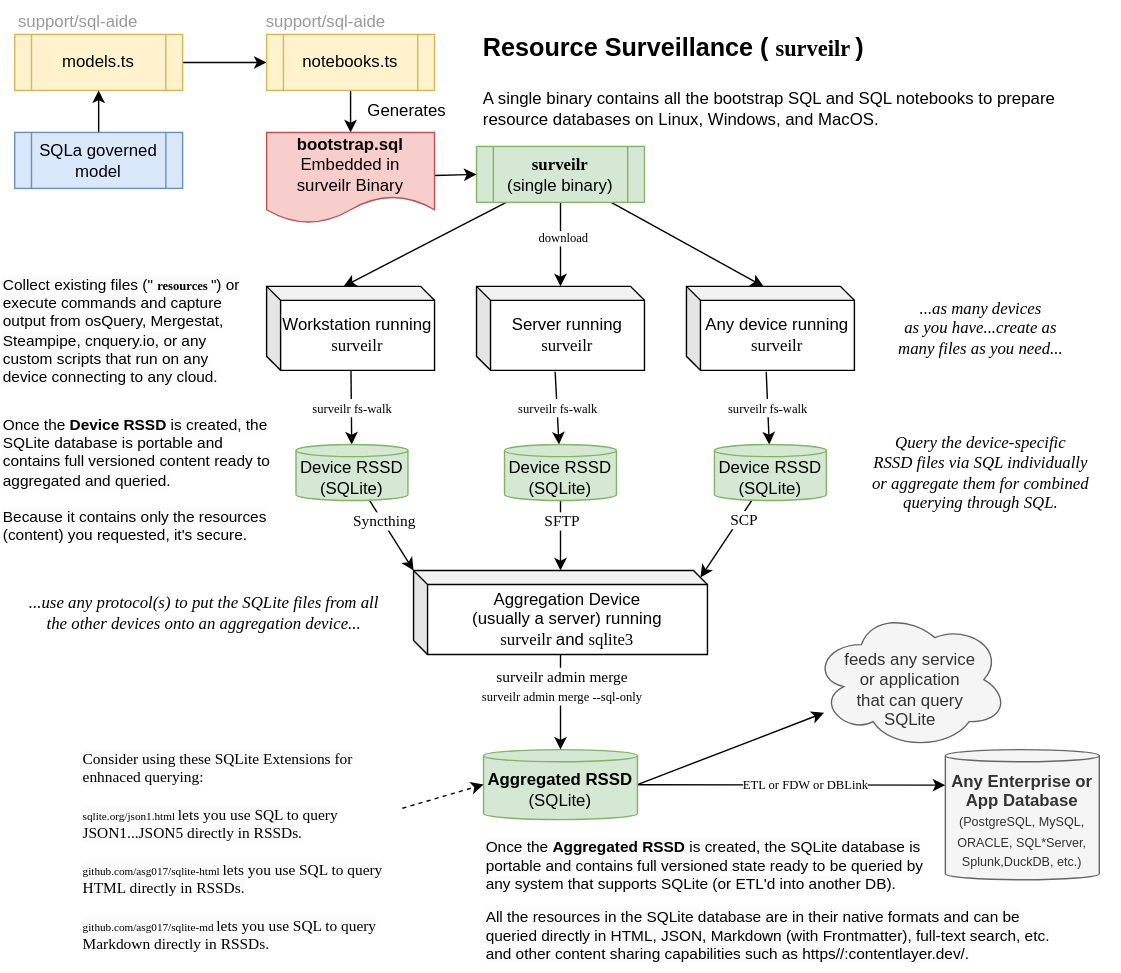
Before: support/docs/architecture.drawio.svg, a diagram exported from draw.io (opsfolio/resource-surveillance). Source tidied: cells renumbered, new cells last; positions are measured from the earlier drawing's top-left corner, leaving out a move shared by most shapes.
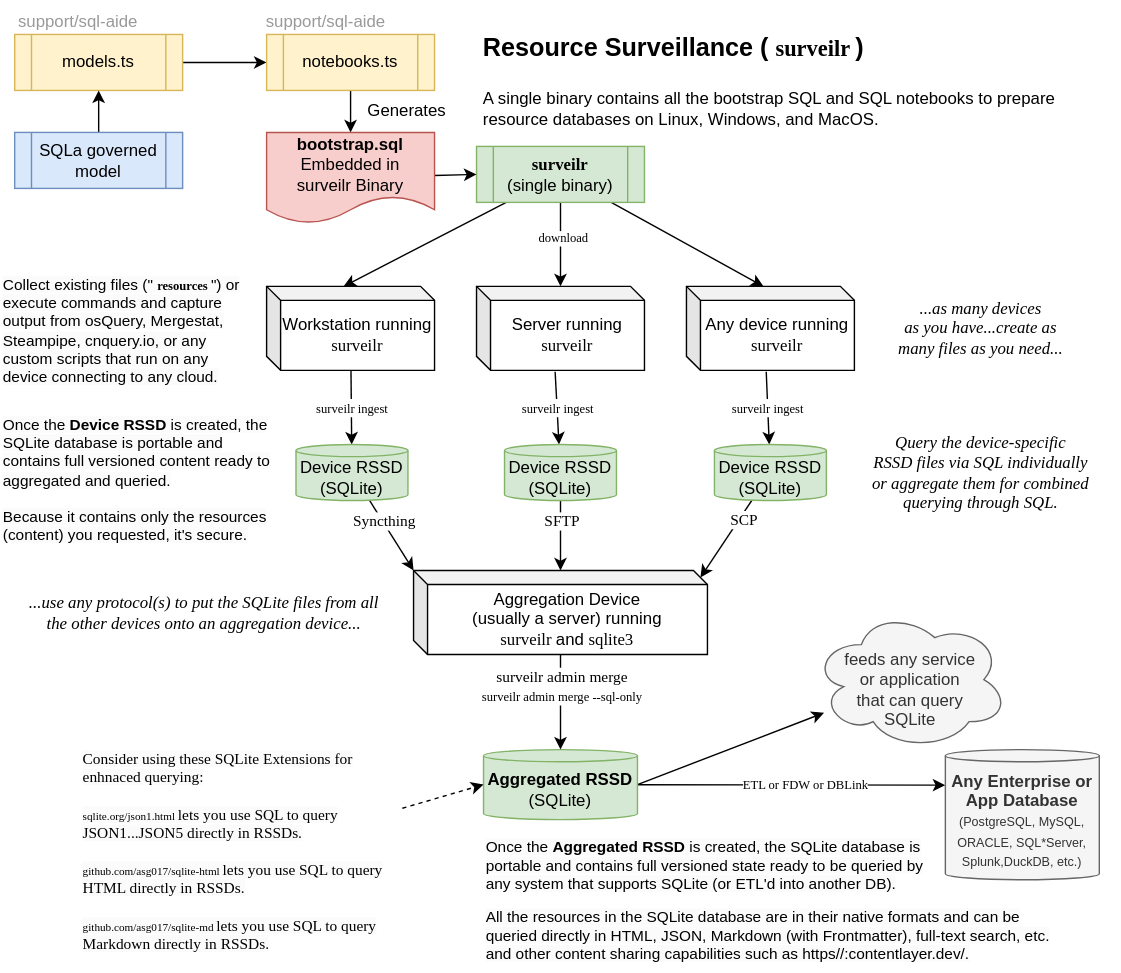
The same file after the commit.

Change to the diagram source:
```diff
@@ -70,7 +70,7 @@
     <mxCell id="23" value="support/sql-aide" style="text;html=1;align=center;verticalAlign=middle;strokeColor=none;fillColor=none;fontColor=#999999;" parent="1" vertex="1">
       <mxGeometry x="177" width="110" height="30" as="geometry" />
     </mxCell>
-    <mxCell id="24" value="&lt;font style=&quot;font-size: 9px;&quot;&gt;surveilr fs-walk&lt;/font&gt;" style="edgeStyle=none;html=1;fontFamily=Lucida Console;" parent="1" edge="1" source="25" target="30">
+    <mxCell id="24" value="&lt;font style=&quot;font-size: 9px;&quot;&gt;surveilr ingest&lt;/font&gt;" style="edgeStyle=none;html=1;fontFamily=Lucida Console;" parent="1" edge="1" source="25" target="30">
       <mxGeometry relative="1" as="geometry" />
     </mxCell>
     <mxCell id="25" value="Workstation running&amp;nbsp;&lt;font style=&quot;border-color: var(--border-color);&quot; face=&quot;Lucida Console&quot;&gt;surveilr&lt;/font&gt;" style="shape=cube;whiteSpace=wrap;html=1;boundedLbl=1;backgroundOutline=1;darkOpacity=0.05;darkOpacity2=0.1;size=10;" parent="1" vertex="1">
@@ -91,7 +91,7 @@
     <mxCell id="30" value="Device RSSD (SQLite)" style="shape=cylinder3;whiteSpace=wrap;html=1;boundedLbl=1;backgroundOutline=1;size=4.333333333333414;fillColor=#d5e8d4;strokeColor=#82b366;" parent="1" vertex="1">
       <mxGeometry x="211" y="317" width="80" height="40" as="geometry" />
     </mxCell>
-    <mxCell id="31" value="&lt;font style=&quot;font-size: 9px;&quot;&gt;surveilr fs-walk&lt;/font&gt;" style="edgeStyle=none;html=1;fontFamily=Lucida Console;exitX=0.468;exitY=1.017;exitDx=0;exitDy=0;exitPerimeter=0;" parent="1" edge="1" source="26" target="34">
+    <mxCell id="31" value="&lt;font style=&quot;font-size: 9px;&quot;&gt;surveilr&lt;/font&gt;&lt;span style=&quot;font-size: 9px;&quot;&gt;&amp;nbsp;ingest&lt;/span&gt;" style="edgeStyle=none;html=1;fontFamily=Lucida Console;exitX=0.468;exitY=1.017;exitDx=0;exitDy=0;exitPerimeter=0;" parent="1" edge="1" source="26" target="34">
       <mxGeometry relative="1" as="geometry" />
     </mxCell>
     <mxCell id="32" style="edgeStyle=none;html=1;fontFamily=Lucida Console;" parent="1" edge="1" source="34" target="42">
@@ -103,7 +103,7 @@
     <mxCell id="34" value="Device RSSD (SQLite)" style="shape=cylinder3;whiteSpace=wrap;html=1;boundedLbl=1;backgroundOutline=1;size=4.333333333333414;fillColor=#d5e8d4;strokeColor=#82b366;" parent="1" vertex="1">
       <mxGeometry x="360" y="317" width="80" height="40" as="geometry" />
     </mxCell>
-    <mxCell id="35" value="&lt;font style=&quot;font-size: 9px;&quot;&gt;surveilr fs-walk&lt;/font&gt;" style="edgeStyle=none;html=1;fontFamily=Lucida Console;exitX=0.475;exitY=1.017;exitDx=0;exitDy=0;exitPerimeter=0;" parent="1" edge="1" source="27" target="38">
+    <mxCell id="35" value="&lt;font style=&quot;font-size: 9px;&quot;&gt;surveilr&lt;/font&gt;&lt;span style=&quot;font-size: 9px;&quot;&gt;&amp;nbsp;ingest&lt;/span&gt;" style="edgeStyle=none;html=1;fontFamily=Lucida Console;exitX=0.475;exitY=1.017;exitDx=0;exitDy=0;exitPerimeter=0;" parent="1" edge="1" source="27" target="38">
       <mxGeometry relative="1" as="geometry" />
     </mxCell>
     <mxCell id="36" style="edgeStyle=none;html=1;entryX=0;entryY=0;entryDx=205;entryDy=5;entryPerimeter=0;fontFamily=Lucida Console;" parent="1" edge="1" source="38" target="42">
```
